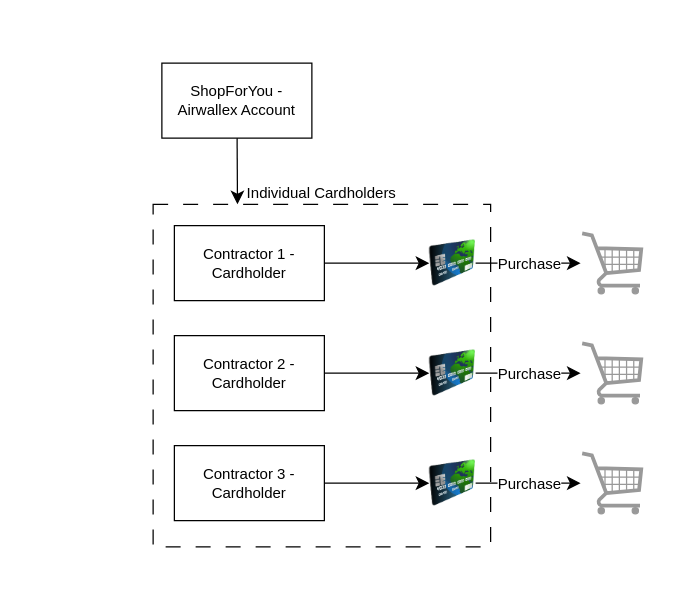
Above: Fund Flow - ShopForYou.drawio in eddie-chiang/draw.io-diagrams (draw.io), before the change. Source tidied: cells renumbered, new cells numbered last; positions are measured from the earlier drawing's top-left corner, leaving out a move shared by most shapes. Both pictures are drawn from the tidied source at 125%, with x=0, y=0 at pixel (152, 62). Pictures stored in the file or linked from it are replaced by grey dashed boxes.
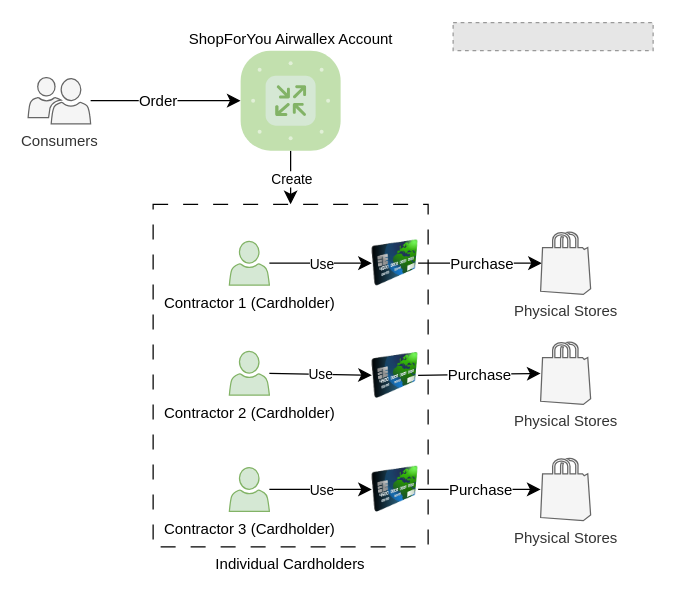
The same page after the edit.

The edit, as a diff of the source:
```diff
@@
-    <mxCell id="2" value="Individual Cardholders" style="rounded=0;whiteSpace=wrap;html=1;dashed=1;dashPattern=12 12;labelPosition=center;verticalLabelPosition=top;align=center;verticalAlign=bottom;" parent="1" vertex="1">
-      <mxGeometry y="113" width="270" height="274" as="geometry" />
+    <mxCell id="2" value="Individual Cardholders" style="rounded=0;whiteSpace=wrap;html=1;dashed=1;dashPattern=12 12;labelPosition=center;verticalLabelPosition=bottom;align=center;verticalAlign=top;" parent="1" vertex="1">
+      <mxGeometry y="113" width="220" height="274" as="geometry" />
     </mxCell>
-    <mxCell id="3" style="edgeStyle=none;curved=1;rounded=0;jettySize=auto;html=1;fontSize=12;startSize=8;endSize=8;entryX=0.25;entryY=0;entryDx=0;entryDy=0;" parent="1" edge="1" source="4" target="2">
+    <mxCell id="3" style="edgeStyle=orthogonalEdgeStyle;rounded=0;jettySize=auto;html=1;fontSize=12;startSize=8;endSize=8;entryX=0.5;entryY=0;entryDx=0;entryDy=0;exitX=0.5;exitY=1;exitDx=0;exitDy=0;exitPerimeter=0;" parent="1" edge="1" source="31" target="2">
       <mxGeometry relative="1" as="geometry" />
     </mxCell>
-    <mxCell id="4" value="ShopForYou - Airwallex Account" style="rounded=0;whiteSpace=wrap;html=1;" parent="1" vertex="1">
-      <mxGeometry x="7" width="120" height="60" as="geometry" />
-    </mxCell>
+    <mxCell id="24" value="Create" style="edgeLabel;html=1;align=center;verticalAlign=middle;" parent="3" vertex="1">
+      <mxGeometry relative="1" as="geometry" />
+    </mxCell>
-    <mxCell id="5" style="edgeStyle=none;curved=1;rounded=0;jettySize=auto;html=1;fontSize=12;startSize=8;endSize=8;" parent="1" edge="1" source="6" target="15">
+    <mxCell id="5" style="edgeStyle=none;curved=1;rounded=0;jettySize=auto;html=1;fontSize=12;startSize=8;endSize=8;" parent="1" edge="1" source="35" target="15">
       <mxGeometry relative="1" as="geometry" />
     </mxCell>
-    <mxCell id="6" value="Contractor 1 - Cardholder" style="rounded=0;whiteSpace=wrap;html=1;" parent="1" vertex="1">
-      <mxGeometry x="17" y="130" width="120" height="60" as="geometry" />
-    </mxCell>
+    <mxCell id="25" value="Use" style="edgeLabel;html=1;align=center;verticalAlign=middle;" parent="5" vertex="1">
+      <mxGeometry relative="1" as="geometry" />
+    </mxCell>
-    <mxCell id="7" style="edgeStyle=none;curved=1;rounded=0;jettySize=auto;html=1;fontSize=12;startSize=8;endSize=8;" parent="1" edge="1" source="8" target="23">
+    <mxCell id="7" style="edgeStyle=none;curved=1;rounded=0;jettySize=auto;html=1;fontSize=12;startSize=8;endSize=8;" parent="1" edge="1" source="37" target="23">
       <mxGeometry relative="1" as="geometry" />
     </mxCell>
-    <mxCell id="8" value="Contractor 3 - Cardholder" style="rounded=0;whiteSpace=wrap;html=1;" parent="1" vertex="1">
-      <mxGeometry x="17" y="306" width="120" height="60" as="geometry" />
-    </mxCell>
+    <mxCell id="26" value="Use" style="edgeLabel;html=1;align=center;verticalAlign=middle;" parent="7" vertex="1">
+      <mxGeometry relative="1" as="geometry" />
+    </mxCell>
-    <mxCell id="9" style="edgeStyle=none;curved=1;rounded=0;jettySize=auto;html=1;fontSize=12;startSize=8;endSize=8;" parent="1" edge="1" source="10" target="18">
+    <mxCell id="9" style="edgeStyle=none;curved=1;rounded=0;jettySize=auto;html=1;fontSize=12;startSize=8;endSize=8;" parent="1" edge="1" source="36" target="18">
       <mxGeometry relative="1" as="geometry" />
     </mxCell>
-    <mxCell id="10" value="Contractor 2 - Cardholder" style="rounded=0;whiteSpace=wrap;html=1;" parent="1" vertex="1">
-      <mxGeometry x="17" y="218" width="120" height="60" as="geometry" />
-    </mxCell>
+    <mxCell id="27" value="Use" style="edgeLabel;html=1;align=center;verticalAlign=middle;" parent="9" vertex="1">
+      <mxGeometry relative="1" as="geometry" />
+    </mxCell>
@@
-    <mxCell id="12" style="verticalLabelPosition=bottom;shadow=0;dashed=0;align=center;html=1;verticalAlign=top;strokeWidth=1;shape=mxgraph.mockup.misc.shoppingCart;strokeColor=#999999;flipH=1;" parent="1" vertex="1">
-      <mxGeometry x="342" y="135" width="50" height="50" as="geometry" />
-    </mxCell>
-    <mxCell id="13" style="edgeStyle=none;curved=1;rounded=0;jettySize=auto;html=1;fontSize=12;startSize=8;endSize=8;" parent="1" edge="1" source="15" target="12">
+    <mxCell id="13" style="edgeStyle=none;curved=1;rounded=0;jettySize=auto;html=1;fontSize=12;startSize=8;endSize=8;entryX=0.025;entryY=0.5;entryDx=0;entryDy=0;entryPerimeter=0;" parent="1" edge="1" source="15" target="32">
       <mxGeometry relative="1" as="geometry" />
     </mxCell>
@@
     <mxCell id="15" style="image;html=1;image=img/lib/clip_art/finance/Credit_Card_128x128.png;" parent="1" vertex="1">
-      <mxGeometry x="221" y="140" width="37" height="40" as="geometry" />
+      <mxGeometry x="175" y="140" width="37" height="40" as="geometry" />
     </mxCell>
-    <mxCell id="16" style="edgeStyle=none;curved=1;rounded=0;jettySize=auto;html=1;fontSize=12;startSize=8;endSize=8;" parent="1" edge="1" source="18" target="19">
+    <mxCell id="16" style="edgeStyle=none;curved=1;rounded=0;jettySize=auto;html=1;fontSize=12;startSize=8;endSize=8;" parent="1" edge="1" source="18" target="34">
       <mxGeometry relative="1" as="geometry" />
     </mxCell>
@@
     <mxCell id="18" style="image;html=1;image=img/lib/clip_art/finance/Credit_Card_128x128.png;" parent="1" vertex="1">
-      <mxGeometry x="221" y="228" width="37" height="40" as="geometry" />
+      <mxGeometry x="175" y="230" width="37" height="40" as="geometry" />
     </mxCell>
-    <mxCell id="19" style="verticalLabelPosition=bottom;shadow=0;dashed=0;align=center;html=1;verticalAlign=top;strokeWidth=1;shape=mxgraph.mockup.misc.shoppingCart;strokeColor=#999999;flipH=1;" parent="1" vertex="1">
-      <mxGeometry x="342" y="223" width="50" height="50" as="geometry" />
-    </mxCell>
-    <mxCell id="20" style="verticalLabelPosition=bottom;shadow=0;dashed=0;align=center;html=1;verticalAlign=top;strokeWidth=1;shape=mxgraph.mockup.misc.shoppingCart;strokeColor=#999999;flipH=1;" parent="1" vertex="1">
-      <mxGeometry x="342" y="311" width="50" height="50" as="geometry" />
-    </mxCell>
-    <mxCell id="21" style="edgeStyle=none;curved=1;rounded=0;jettySize=auto;html=1;fontSize=12;startSize=8;endSize=8;" parent="1" edge="1" source="23" target="20">
+    <mxCell id="21" style="edgeStyle=none;curved=1;rounded=0;jettySize=auto;html=1;fontSize=12;startSize=8;endSize=8;" parent="1" edge="1" source="23" target="33">
       <mxGeometry relative="1" as="geometry" />
     </mxCell>
@@
     <mxCell id="23" style="image;html=1;image=img/lib/clip_art/finance/Credit_Card_128x128.png;" parent="1" vertex="1">
-      <mxGeometry x="221" y="316" width="37" height="40" as="geometry" />
+      <mxGeometry x="175" y="321" width="37" height="40" as="geometry" />
     </mxCell>
+    <mxCell id="28" style="edgeStyle=none;curved=1;rounded=0;jettySize=auto;html=1;fontSize=12;startSize=8;endSize=8;" parent="1" edge="1" source="30" target="31">
+      <mxGeometry relative="1" as="geometry" />
+    </mxCell>
+    <mxCell id="29" value="Order" style="edgeLabel;html=1;align=center;verticalAlign=middle;fontSize=12;" parent="28" vertex="1">
+      <mxGeometry x="-0.11" relative="1" as="geometry" />
+    </mxCell>
+    <mxCell id="30" value="Consumers" style="sketch=0;shadow=0;dashed=0;html=1;strokeColor=#666666;labelPosition=center;verticalLabelPosition=bottom;verticalAlign=top;align=center;fillColor=#f5f5f5;shape=mxgraph.mscae.intune.user_group;fontColor=#333333;" parent="1" vertex="1">
+      <mxGeometry x="-100" y="11.5" width="50" height="37" as="geometry" />
+    </mxCell>
+    <mxCell id="31" value="ShopForYou Airwallex Account" style="verticalLabelPosition=top;sketch=0;html=1;fillColor=#d5e8d4;strokeColor=#82b366;verticalAlign=bottom;align=center;points=[[0.085,0.085,0],[0.915,0.085,0],[0.915,0.915,0],[0.085,0.915,0],[0.25,0,0],[0.5,0,0],[0.75,0,0],[1,0.25,0],[1,0.5,0],[1,0.75,0],[0.75,1,0],[0.5,1,0],[0.25,1,0],[0,0.75,0],[0,0.5,0],[0,0.25,0]];shape=mxgraph.cisco_safe.compositeIcon;bgIcon=mxgraph.cisco_safe.architecture.generic_appliance;resIcon=mxgraph.cisco_safe.architecture.router;labelPosition=center;" parent="1" vertex="1">
+      <mxGeometry x="70" y="-10" width="80" height="80" as="geometry" />
+    </mxCell>
+    <mxCell id="32" value="Physical Stores" style="verticalLabelPosition=bottom;html=1;verticalAlign=top;align=center;strokeColor=#666666;fillColor=#f5f5f5;shape=mxgraph.azure.azure_marketplace;fontColor=#333333;" parent="1" vertex="1">
+      <mxGeometry x="310" y="135" width="40" height="50" as="geometry" />
+    </mxCell>
+    <mxCell id="33" value="Physical Stores" style="verticalLabelPosition=bottom;html=1;verticalAlign=top;align=center;strokeColor=#666666;fillColor=#f5f5f5;shape=mxgraph.azure.azure_marketplace;fontColor=#333333;" parent="1" vertex="1">
+      <mxGeometry x="310" y="316" width="40" height="50" as="geometry" />
+    </mxCell>
+    <mxCell id="34" value="Physical Stores" style="verticalLabelPosition=bottom;html=1;verticalAlign=top;align=center;strokeColor=#666666;fillColor=#f5f5f5;shape=mxgraph.azure.azure_marketplace;fontColor=#333333;" parent="1" vertex="1">
+      <mxGeometry x="310" y="223" width="40" height="50" as="geometry" />
+    </mxCell>
+    <mxCell id="35" value="Contractor 1 (Cardholder)" style="sketch=0;shadow=0;dashed=0;html=1;strokeColor=#82b366;fillColor=#d5e8d4;labelPosition=center;verticalLabelPosition=bottom;verticalAlign=top;outlineConnect=0;align=center;shape=mxgraph.office.users.user;" parent="1" vertex="1">
+      <mxGeometry x="61" y="142.5" width="32" height="35" as="geometry" />
+    </mxCell>
+    <mxCell id="36" value="Contractor 2 (Cardholder)" style="sketch=0;shadow=0;dashed=0;html=1;strokeColor=#82b366;fillColor=#d5e8d4;labelPosition=center;verticalLabelPosition=bottom;verticalAlign=top;outlineConnect=0;align=center;shape=mxgraph.office.users.user;" parent="1" vertex="1">
+      <mxGeometry x="61" y="230.5" width="32" height="35" as="geometry" />
+    </mxCell>
+    <mxCell id="37" value="Contractor 3 (Cardholder)" style="sketch=0;shadow=0;dashed=0;html=1;strokeColor=#82b366;fillColor=#d5e8d4;labelPosition=center;verticalLabelPosition=bottom;verticalAlign=top;outlineConnect=0;align=center;shape=mxgraph.office.users.user;" parent="1" vertex="1">
+      <mxGeometry x="61" y="323.5" width="32" height="35" as="geometry" />
+    </mxCell>
+    <mxCell id="38" style="fillColor=#E6E6E6;strokeColor=#999999;dashed=1;verticalLabelPosition=bottom;labelBackgroundColor=default;verticalAlign=top;" parent="1" vertex="1">
+      <mxGeometry x="240" y="-32.5" width="160" height="22.5" as="geometry" />
+    </mxCell>
```
